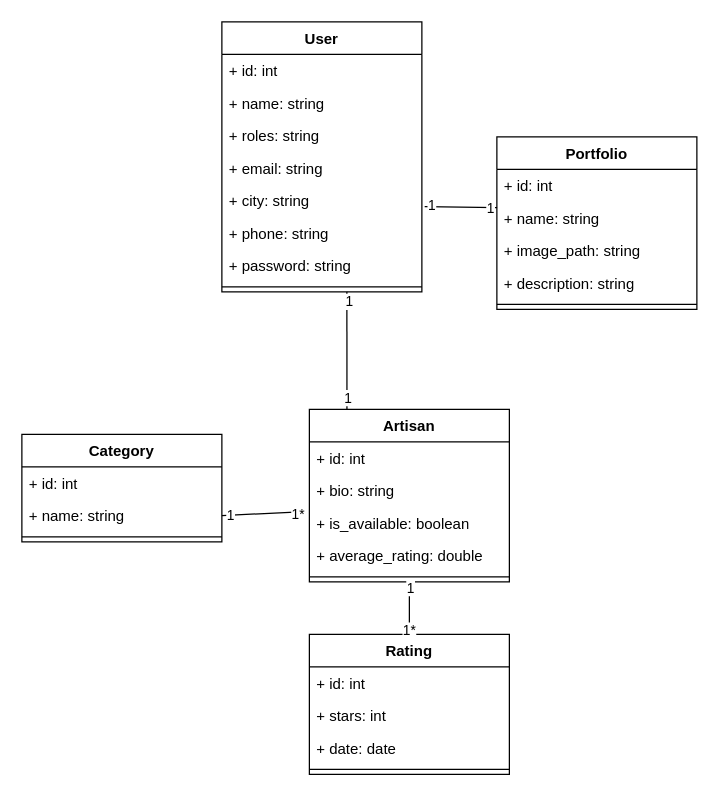
The draw.io diagram diagrammes/Diagramme de classes.drawio in MohamedBoussouir/ArtisanConnect, before the edit. Source tidied: cells renumbered, new cells numbered last; positions are measured from the earlier drawing's top-left corner, leaving out a move shared by most shapes. Both pictures are drawn from the tidied source at 125%, with x=0, y=0 at pixel (21, 21).
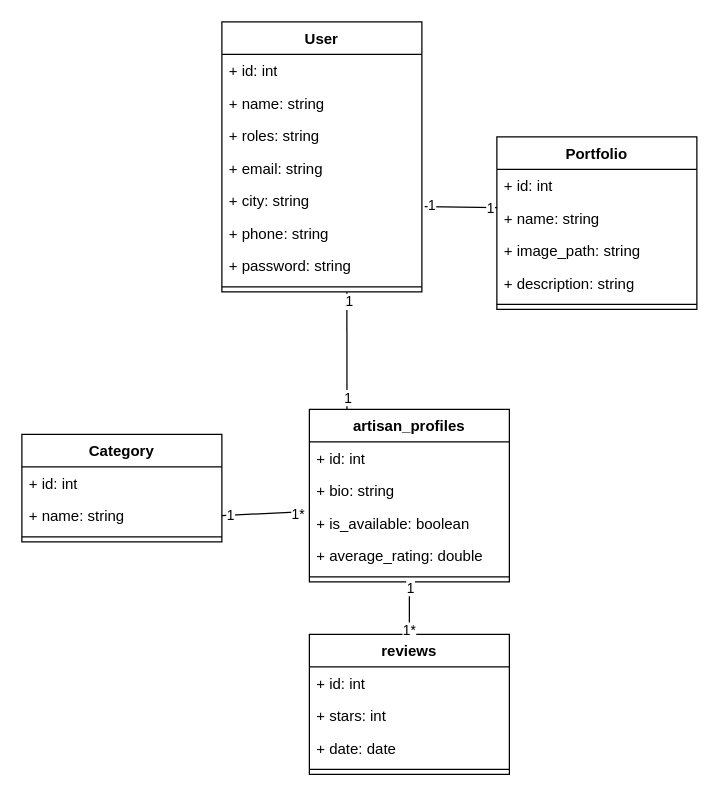
Above is the later version.

What changed in the source:
```diff
@@
-    <mxCell id="11" value="Artisan    " style="swimlane;fontStyle=1;align=center;verticalAlign=top;horizontal=1;startSize=26;whiteSpace=wrap;html=1;" parent="1" vertex="1">
+    <mxCell id="11" value="artisan_profiles    " style="swimlane;fontStyle=1;align=center;verticalAlign=top;horizontal=1;startSize=26;whiteSpace=wrap;html=1;" parent="1" vertex="1">
       <mxGeometry x="230" y="310" width="160" height="138" as="geometry" />
     </mxCell>
@@
-    <mxCell id="26" value="Rating    " style="swimlane;fontStyle=1;align=center;verticalAlign=top;horizontal=1;startSize=26;whiteSpace=wrap;html=1;" parent="1" vertex="1">
+    <mxCell id="26" value="reviews    " style="swimlane;fontStyle=1;align=center;verticalAlign=top;horizontal=1;startSize=26;whiteSpace=wrap;html=1;" parent="1" vertex="1">
       <mxGeometry x="230" y="490" width="160" height="112" as="geometry" />
     </mxCell>
```
